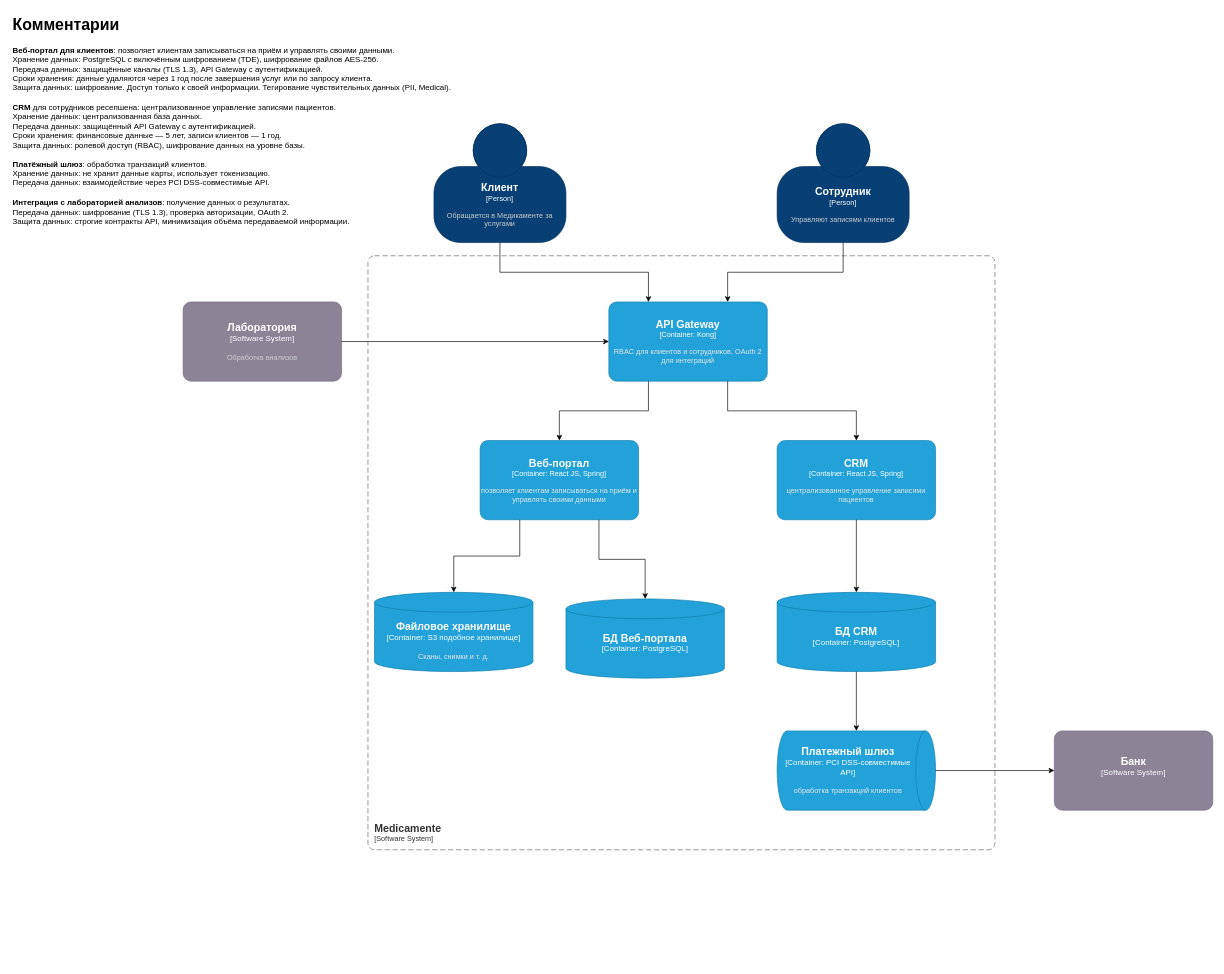
This is Exc2/c2_container.drawio from AlekseiDanilov/architecture-sprint-10, a draw.io file, before an edit. Source tidied: cells renumbered, new cells numbered last; positions are measured from the earlier drawing's top-left corner, leaving out a move shared by most shapes. Both pictures are drawn from the tidied source at 66%, with x=0, y=0 at pixel (11, 11).
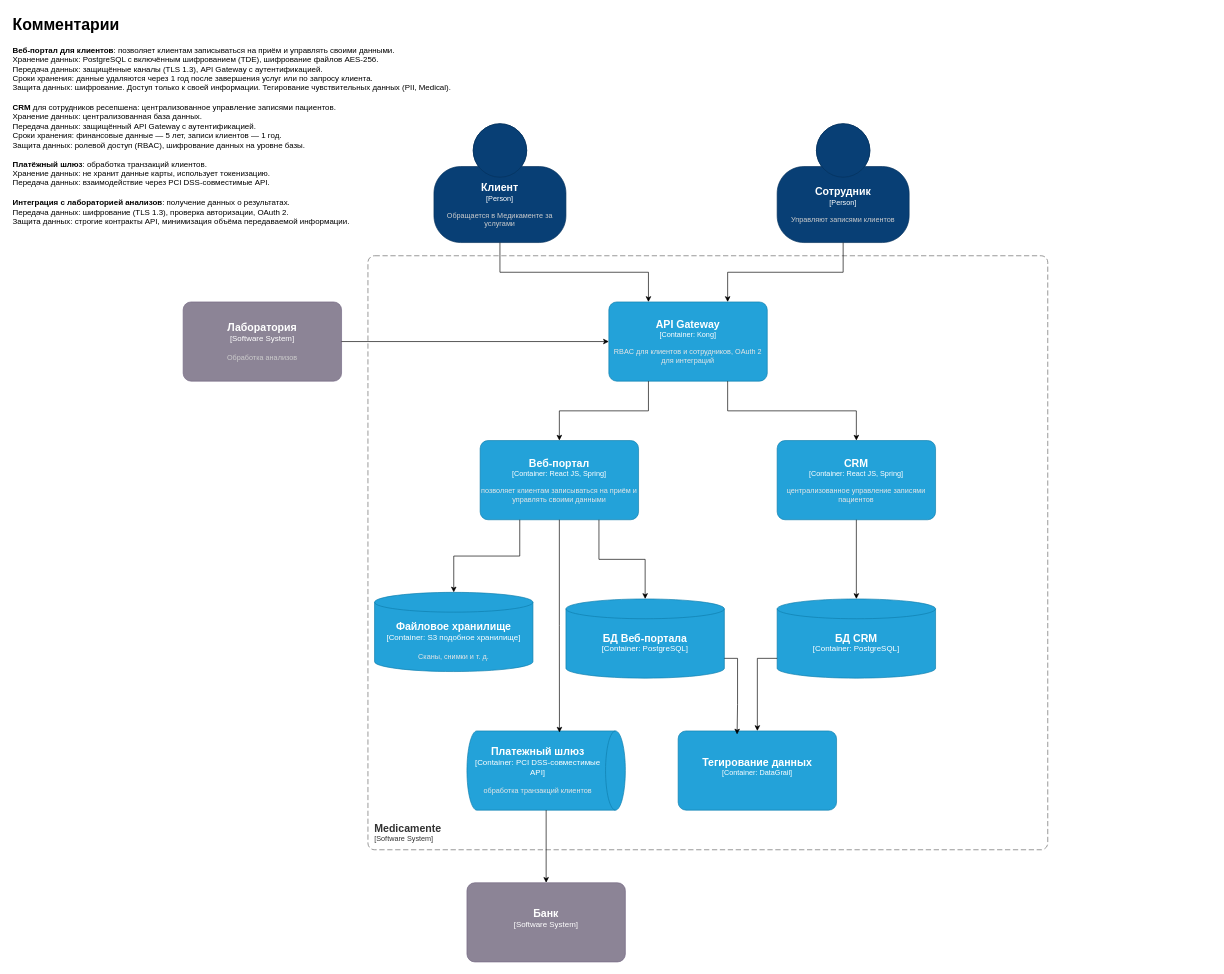
Above is the later version.

The change refers to these unchanged cells:
```xml
<object id="3" label="&lt;font style=&quot;font-size: 16px&quot;&gt;&lt;b&gt;%c4Name%&lt;/b&gt;&lt;/font&gt;&lt;div&gt;[%c4Type%: %c4Technology%]&lt;/div&gt;&lt;br&gt;&lt;div&gt;&lt;font style=&quot;font-size: 11px&quot;&gt;&lt;font color=&quot;#E6E6E6&quot;&gt;%c4Description%&lt;/font&gt;&lt;/div&gt;" c4Description="позволяет клиентам записываться на приём и управлять своими данными" c4Name="Веб-портал" c4Technology="React JS, Spring" c4Type="Container" placeholders="1">
  <mxCell style="rounded=1;whiteSpace=wrap;html=1;fontSize=11;labelBackgroundColor=none;fillColor=#23A2D9;fontColor=#ffffff;align=center;arcSize=10;strokeColor=#0E7DAD;points=[[0.25,0,0],[0.5,0,0],[0.75,0,0],[1,0.25,0],[1,0.5,0],[1,0.75,0],[0.75,1,0],[0.5,1,0],[0.25,1,0],[0,0.75,0],[0,0.5,0],[0,0.25,0]];" parent="1" vertex="1">
    <mxGeometry x="710" y="650" width="240" height="120" as="geometry" />
  </mxCell>
</object>
<object id="4" label="&lt;font style=&quot;font-size: 16px&quot;&gt;&lt;b&gt;%c4Name%&lt;/b&gt;&lt;/font&gt;&lt;div&gt;[%c4Type%:&amp;nbsp;%c4Technology%]&lt;/div&gt;&lt;br&gt;&lt;div&gt;&lt;font style=&quot;font-size: 11px&quot;&gt;&lt;font color=&quot;#E6E6E6&quot;&gt;%c4Description%&lt;/font&gt;&lt;/div&gt;" c4Description="" c4Name="БД Веб-портала" c4Technology="PostgreSQL" c4Type="Container" placeholders="1">
  <mxCell style="shape=cylinder3;size=15;whiteSpace=wrap;html=1;boundedLbl=1;rounded=0;labelBackgroundColor=none;fillColor=#23A2D9;fontSize=12;fontColor=#ffffff;align=center;strokeColor=#0E7DAD;points=[[0.5,0,0],[1,0.25,0],[1,0.5,0],[1,0.75,0],[0.5,1,0],[0,0.75,0],[0,0.5,0],[0,0.25,0]];" parent="1" vertex="1">
    <mxGeometry x="840" y="890" width="240" height="120" as="geometry" />
  </mxCell>
</object>
```

Change to the diagram source:
```diff
@@
     <object id="2" label="&lt;font style=&quot;font-size: 16px&quot;&gt;&lt;b&gt;&lt;div style=&quot;text-align: left&quot;&gt;%c4Name%&lt;/div&gt;&lt;/b&gt;&lt;/font&gt;&lt;div style=&quot;text-align: left&quot;&gt;[%c4Application%]&lt;/div&gt;" c4Application="Software System" c4Name="Medicamente" placeholders="1">
       <mxCell style="rounded=1;fontSize=11;whiteSpace=wrap;html=1;dashed=1;arcSize=20;fillColor=none;strokeColor=#666666;fontColor=#333333;labelBackgroundColor=none;align=left;verticalAlign=bottom;labelBorderColor=none;spacingTop=0;spacing=10;dashPattern=8 4;perimeter=rectanglePerimeter;noLabel=0;labelPadding=0;absoluteArcSize=1;" parent="1" vertex="1">
-        <mxGeometry x="540" y="370" width="950" height="900" as="geometry" />
+        <mxGeometry x="540" y="370" width="1030" height="900" as="geometry" />
       </mxCell>
     </object>
@@
     <object id="6" label="&lt;font style=&quot;font-size: 16px&quot;&gt;&lt;b&gt;%c4Name%&lt;/b&gt;&lt;/font&gt;&lt;div&gt;[%c4Type%:&amp;nbsp;%c4Technology%]&lt;/div&gt;&lt;br&gt;&lt;div&gt;&lt;font style=&quot;font-size: 11px&quot;&gt;&lt;font color=&quot;#E6E6E6&quot;&gt;%c4Description%&lt;/font&gt;&lt;/div&gt;" c4Description="" c4Name="БД CRM" c4Technology="PostgreSQL" c4Type="Container" placeholders="1">
       <mxCell style="shape=cylinder3;size=15;whiteSpace=wrap;html=1;boundedLbl=1;rounded=0;labelBackgroundColor=none;fillColor=#23A2D9;fontSize=12;fontColor=#ffffff;align=center;strokeColor=#0E7DAD;points=[[0.5,0,0],[1,0.25,0],[1,0.5,0],[1,0.75,0],[0.5,1,0],[0,0.75,0],[0,0.5,0],[0,0.25,0]];" parent="1" vertex="1">
-        <mxGeometry x="1160" y="880" width="240" height="120" as="geometry" />
+        <mxGeometry x="1160" y="890" width="240" height="120" as="geometry" />
       </mxCell>
     </object>
     <object id="7" label="&lt;font style=&quot;font-size: 16px&quot;&gt;&lt;b&gt;%c4Name%&lt;/b&gt;&lt;/font&gt;&lt;div&gt;[%c4Type%:&amp;nbsp;%c4Technology%]&lt;/div&gt;&lt;br&gt;&lt;div&gt;&lt;font style=&quot;font-size: 11px&quot;&gt;&lt;font color=&quot;#E6E6E6&quot;&gt;%c4Description%&lt;/font&gt;&lt;/div&gt;" c4Description="обработка транзакций клиентов" c4Name="Платежный шлюз" c4Technology="PCI DSS-совместимые API" c4Type="Container" placeholders="1">
       <mxCell style="shape=cylinder3;size=15;direction=south;whiteSpace=wrap;html=1;boundedLbl=1;rounded=0;labelBackgroundColor=none;fillColor=#23A2D9;fontSize=12;fontColor=#ffffff;align=center;strokeColor=#0E7DAD;points=[[0.5,0,0],[1,0.25,0],[1,0.5,0],[1,0.75,0],[0.5,1,0],[0,0.75,0],[0,0.5,0],[0,0.25,0]];" parent="1" vertex="1">
-        <mxGeometry x="1160" y="1090" width="240" height="120" as="geometry" />
+        <mxGeometry x="690" y="1090" width="240" height="120" as="geometry" />
       </mxCell>
     </object>
     <object id="8" label="&lt;font style=&quot;font-size: 16px&quot;&gt;&lt;b&gt;%c4Name%&lt;/b&gt;&lt;/font&gt;&lt;div&gt;[%c4Type%]&lt;/div&gt;&lt;br&gt;&lt;div&gt;&lt;font style=&quot;font-size: 11px&quot;&gt;&lt;font color=&quot;#cccccc&quot;&gt;%c4Description%&lt;/font&gt;&lt;/div&gt;" c4Description="" c4Name="Банк" c4Type="Software System" placeholders="1">
       <mxCell style="rounded=1;whiteSpace=wrap;html=1;labelBackgroundColor=none;fillColor=#8C8496;fontColor=#ffffff;align=center;arcSize=10;strokeColor=#736782;points=[[0.25,0,0],[0.5,0,0],[0.75,0,0],[1,0.25,0],[1,0.5,0],[1,0.75,0],[0.75,1,0],[0.5,1,0],[0.25,1,0],[0,0.75,0],[0,0.5,0],[0,0.25,0]];" parent="1" vertex="1">
-        <mxGeometry x="1580" y="1090" width="240" height="120" as="geometry" />
+        <mxGeometry x="690" y="1320" width="240" height="120" as="geometry" />
       </mxCell>
     </object>
@@
-    <mxCell id="20" style="edgeStyle=orthogonalEdgeStyle;rounded=0;jettySize=auto;html=1;exitX=0.5;exitY=1;exitDx=0;exitDy=0;exitPerimeter=0;entryX=0;entryY=0.5;entryDx=0;entryDy=0;entryPerimeter=0;" parent="1" edge="1" source="6" target="7">
-      <mxGeometry relative="1" as="geometry" />
-    </mxCell>
-    <mxCell id="21" style="edgeStyle=orthogonalEdgeStyle;rounded=0;jettySize=auto;html=1;exitX=0.5;exitY=0;exitDx=0;exitDy=0;exitPerimeter=0;entryX=0;entryY=0.5;entryDx=0;entryDy=0;entryPerimeter=0;" parent="1" edge="1" source="7" target="8">
-      <mxGeometry relative="1" as="geometry" />
-    </mxCell>
@@
+    <object id="25" label="&lt;font style=&quot;font-size: 16px&quot;&gt;&lt;b&gt;%c4Name%&lt;/b&gt;&lt;/font&gt;&lt;div&gt;[%c4Type%: %c4Technology%]&lt;/div&gt;&lt;br&gt;&lt;div&gt;&lt;font style=&quot;font-size: 11px&quot;&gt;&lt;font color=&quot;#E6E6E6&quot;&gt;%c4Description%&lt;/font&gt;&lt;/div&gt;" c4Description="" c4Name="Тегирование данных" c4Technology="DataGrail" c4Type="Container" placeholders="1">
+      <mxCell style="rounded=1;whiteSpace=wrap;html=1;fontSize=11;labelBackgroundColor=none;fillColor=#23A2D9;fontColor=#ffffff;align=center;arcSize=10;strokeColor=#0E7DAD;points=[[0.25,0,0],[0.5,0,0],[0.75,0,0],[1,0.25,0],[1,0.5,0],[1,0.75,0],[0.75,1,0],[0.5,1,0],[0.25,1,0],[0,0.75,0],[0,0.5,0],[0,0.25,0]];" parent="1" vertex="1">
+        <mxGeometry x="1010" y="1090" width="240" height="120" as="geometry" />
+      </mxCell>
+    </object>
+    <mxCell id="26" style="edgeStyle=orthogonalEdgeStyle;rounded=0;jettySize=auto;html=1;exitX=0;exitY=0.75;exitDx=0;exitDy=0;exitPerimeter=0;" parent="1" edge="1" source="6" target="25">
+      <mxGeometry relative="1" as="geometry" />
+    </mxCell>
+    <mxCell id="27" style="edgeStyle=orthogonalEdgeStyle;rounded=0;jettySize=auto;html=1;exitX=1;exitY=0.75;exitDx=0;exitDy=0;exitPerimeter=0;entryX=0.372;entryY=0.044;entryDx=0;entryDy=0;entryPerimeter=0;" parent="1" edge="1" source="4" target="25">
+      <mxGeometry relative="1" as="geometry" />
+    </mxCell>
+    <mxCell id="28" style="edgeStyle=orthogonalEdgeStyle;rounded=0;jettySize=auto;html=1;exitX=0.5;exitY=1;exitDx=0;exitDy=0;exitPerimeter=0;entryX=0.02;entryY=0.416;entryDx=0;entryDy=0;entryPerimeter=0;" parent="1" edge="1" source="3" target="7">
+      <mxGeometry relative="1" as="geometry" />
+    </mxCell>
+    <mxCell id="21" style="edgeStyle=orthogonalEdgeStyle;rounded=0;jettySize=auto;html=1;exitX=1;exitY=0.5;exitDx=0;exitDy=0;exitPerimeter=0;entryX=0.5;entryY=0;entryDx=0;entryDy=0;entryPerimeter=0;" parent="1" edge="1" source="7" target="8">
+      <mxGeometry relative="1" as="geometry" />
+    </mxCell>
```
